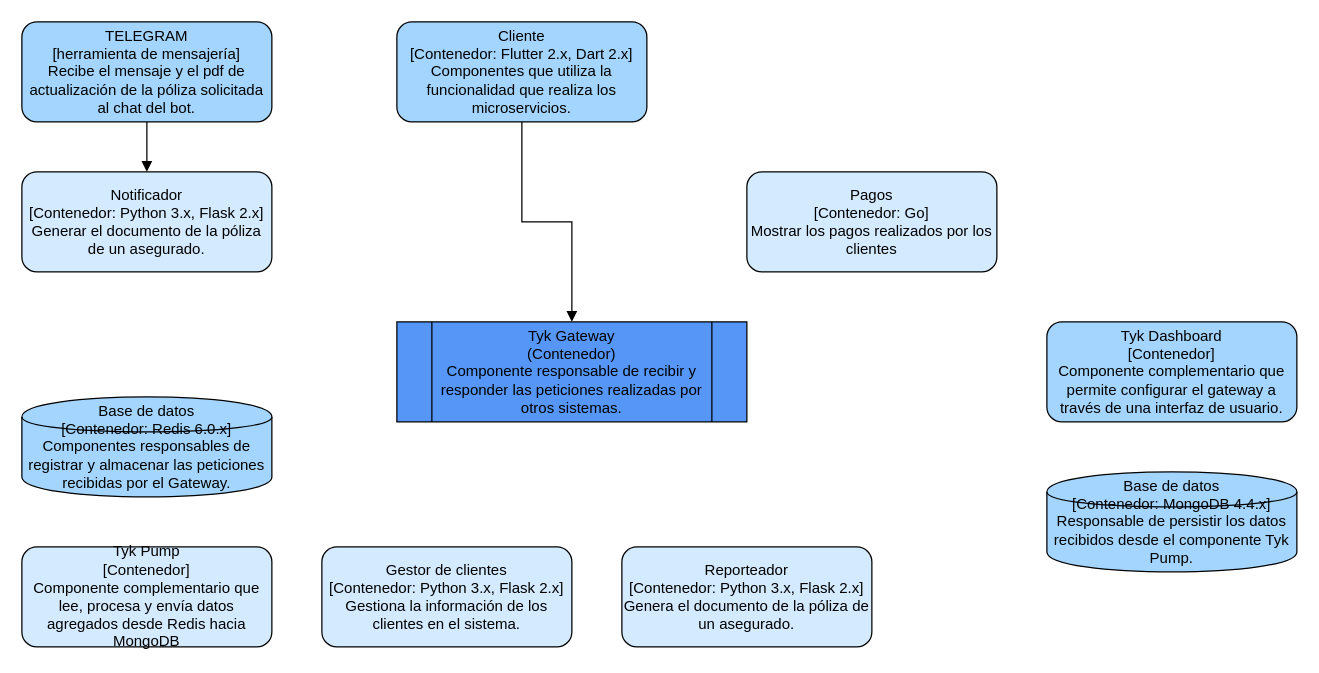
Earlier version of the draw.io diagram docs/diagrama_microservicios.drawio (AngelJanvier01/docker-microservicios). Source tidied: cells renumbered, new cells numbered last; positions are measured from the earlier drawing's top-left corner, leaving out a move shared by most shapes. Both pictures are drawn from the tidied source at 125%, with x=0, y=0 at pixel (21, 21).
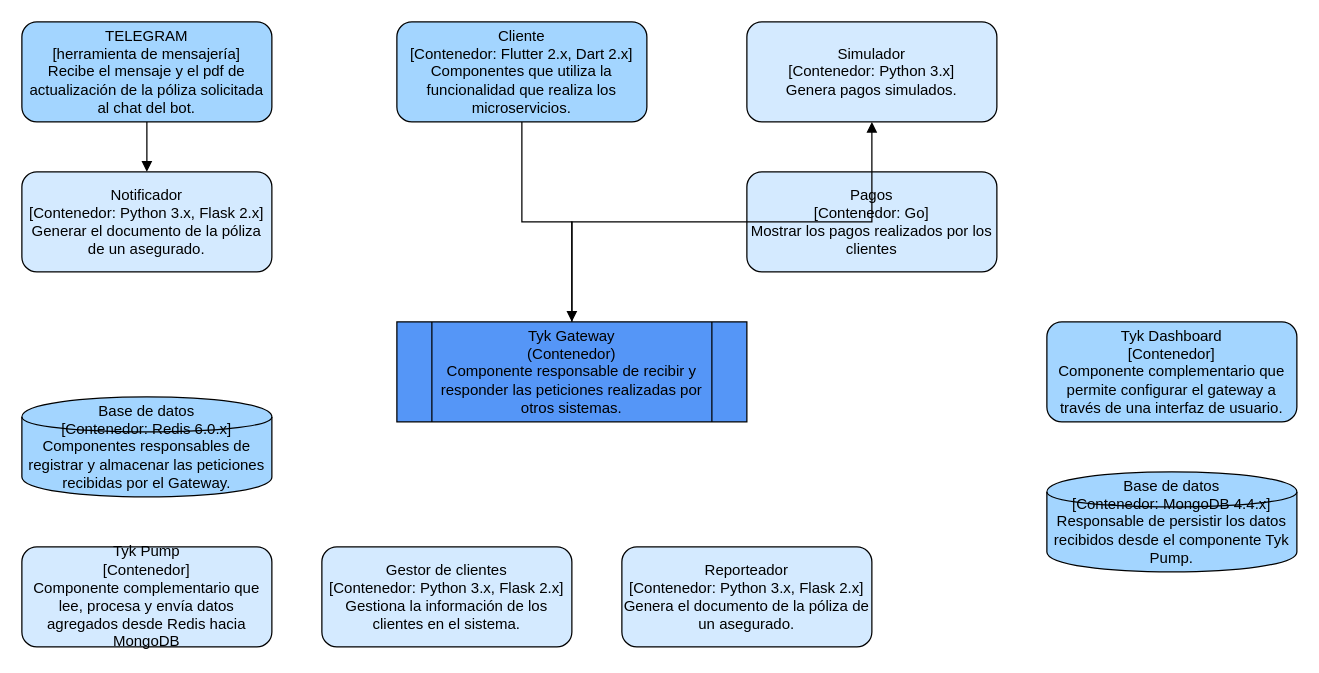
The same diagram, later.

Commit message (it also covers changes not shown here):
Add simulador service to diagrams

What changed in the source:
```diff
@@
 <mxGraphModel>
   <root>
     <mxCell id="0" />
     <mxCell id="1" parent="0" />
     <mxCell id="2" value="Tyk Gateway&#10;(Contenedor)&#10;Componente responsable de recibir y responder las peticiones realizadas por otros sistemas." style="shape=process;whiteSpace=wrap;html=1;fillColor=#5596f7;fontSize=12;" parent="1" vertex="1">
       <mxGeometry x="300" y="240" width="280" height="80" as="geometry" />
     </mxCell>
     <mxCell id="3" value="Cliente&#10;[Contenedor: Flutter 2.x, Dart 2.x]&#10;Componentes que utiliza la funcionalidad que realiza los microservicios." style="shape=rectangle;whiteSpace=wrap;html=1;rounded=1;fillColor=#a3d5ff;fontSize=12;" parent="1" vertex="1">
       <mxGeometry x="300" width="200" height="80" as="geometry" />
     </mxCell>
     <mxCell id="4" value="TELEGRAM&#10;[herramienta de mensajería]&#10;Recibe el mensaje y el pdf de actualización de la póliza solicitada al chat del bot." style="shape=rectangle;whiteSpace=wrap;html=1;rounded=1;fillColor=#a3d5ff;fontSize=12;" parent="1" vertex="1">
       <mxGeometry width="200" height="80" as="geometry" />
     </mxCell>
+    <mxCell id="15" value="Simulador&#10;[Contenedor: Python 3.x]&#10;Genera pagos simulados." style="shape=rectangle;whiteSpace=wrap;html=1;rounded=1;fillColor=#d4eaff;fontSize=12;" parent="1" vertex="1">
+      <mxGeometry x="580" width="200" height="80" as="geometry" />
+    </mxCell>
     <mxCell id="5" value="Notificador&#10;[Contenedor: Python 3.x, Flask 2.x]&#10;Generar el documento de la póliza de un asegurado." style="shape=rectangle;whiteSpace=wrap;html=1;rounded=1;fillColor=#d4eaff;fontSize=12;" parent="1" vertex="1">
       <mxGeometry y="120" width="200" height="80" as="geometry" />
     </mxCell>
     <mxCell id="6" value="Pagos&#10;[Contenedor: Go]&#10;Mostrar los pagos realizados por los clientes" style="shape=rectangle;whiteSpace=wrap;html=1;rounded=1;fillColor=#d4eaff;fontSize=12;" parent="1" vertex="1">
       <mxGeometry x="580" y="120" width="200" height="80" as="geometry" />
     </mxCell>
     <mxCell id="7" value="Base de datos&#10;[Contenedor: Redis 6.0.x]&#10;Componentes responsables de registrar y almacenar las peticiones recibidas por el Gateway." style="shape=cylinder;whiteSpace=wrap;html=1;fillColor=#a3d5ff;fontSize=12;" parent="1" vertex="1">
       <mxGeometry y="300" width="200" height="80" as="geometry" />
     </mxCell>
     <mxCell id="8" value="Tyk Pump&#10;[Contenedor]&#10;Componente complementario que lee, procesa y envía datos agregados desde Redis hacia MongoDB" style="shape=rectangle;whiteSpace=wrap;html=1;rounded=1;fillColor=#d4eaff;fontSize=12;" parent="1" vertex="1">
       <mxGeometry y="420" width="200" height="80" as="geometry" />
     </mxCell>
     <mxCell id="9" value="Gestor de clientes&#10;[Contenedor: Python 3.x, Flask 2.x]&#10;Gestiona la información de los clientes en el sistema." style="shape=rectangle;whiteSpace=wrap;html=1;rounded=1;fillColor=#d4eaff;fontSize=12;" parent="1" vertex="1">
       <mxGeometry x="240" y="420" width="200" height="80" as="geometry" />
     </mxCell>
     <mxCell id="10" value="Reporteador&#10;[Contenedor: Python 3.x, Flask 2.x]&#10;Genera el documento de la póliza de un asegurado." style="shape=rectangle;whiteSpace=wrap;html=1;rounded=1;fillColor=#d4eaff;fontSize=12;" parent="1" vertex="1">
       <mxGeometry x="480" y="420" width="200" height="80" as="geometry" />
     </mxCell>
     <mxCell id="11" value="Tyk Dashboard&#10;[Contenedor]&#10;Componente complementario que permite configurar el gateway a través de una interfaz de usuario." style="shape=rectangle;whiteSpace=wrap;html=1;rounded=1;fillColor=#a3d5ff;fontSize=12;" parent="1" vertex="1">
       <mxGeometry x="820" y="240" width="200" height="80" as="geometry" />
     </mxCell>
     <mxCell id="12" value="Base de datos&#10;[Contenedor: MongoDB 4.4.x]&#10;Responsable de persistir los datos recibidos desde el componente Tyk Pump." style="shape=cylinder;whiteSpace=wrap;html=1;fillColor=#a3d5ff;fontSize=12;" parent="1" vertex="1">
       <mxGeometry x="820" y="360" width="200" height="80" as="geometry" />
     </mxCell>
     <mxCell id="13" style="edgeStyle=orthogonalEdgeStyle;rounded=0;html=1;endArrow=block;" parent="1" edge="1" source="3" target="2">
       <mxGeometry relative="1" as="geometry" />
     </mxCell>
     <mxCell id="14" style="edgeStyle=orthogonalEdgeStyle;rounded=0;html=1;endArrow=block;" parent="1" edge="1" source="4" target="5">
       <mxGeometry relative="1" as="geometry" />
     </mxCell>
+    <mxCell id="16" style="edgeStyle=orthogonalEdgeStyle;rounded=0;html=1;endArrow=block;" parent="1" edge="1" source="2" target="15">
+      <mxGeometry relative="1" as="geometry" />
+    </mxCell>
   </root>
 </mxGraphModel>
```
